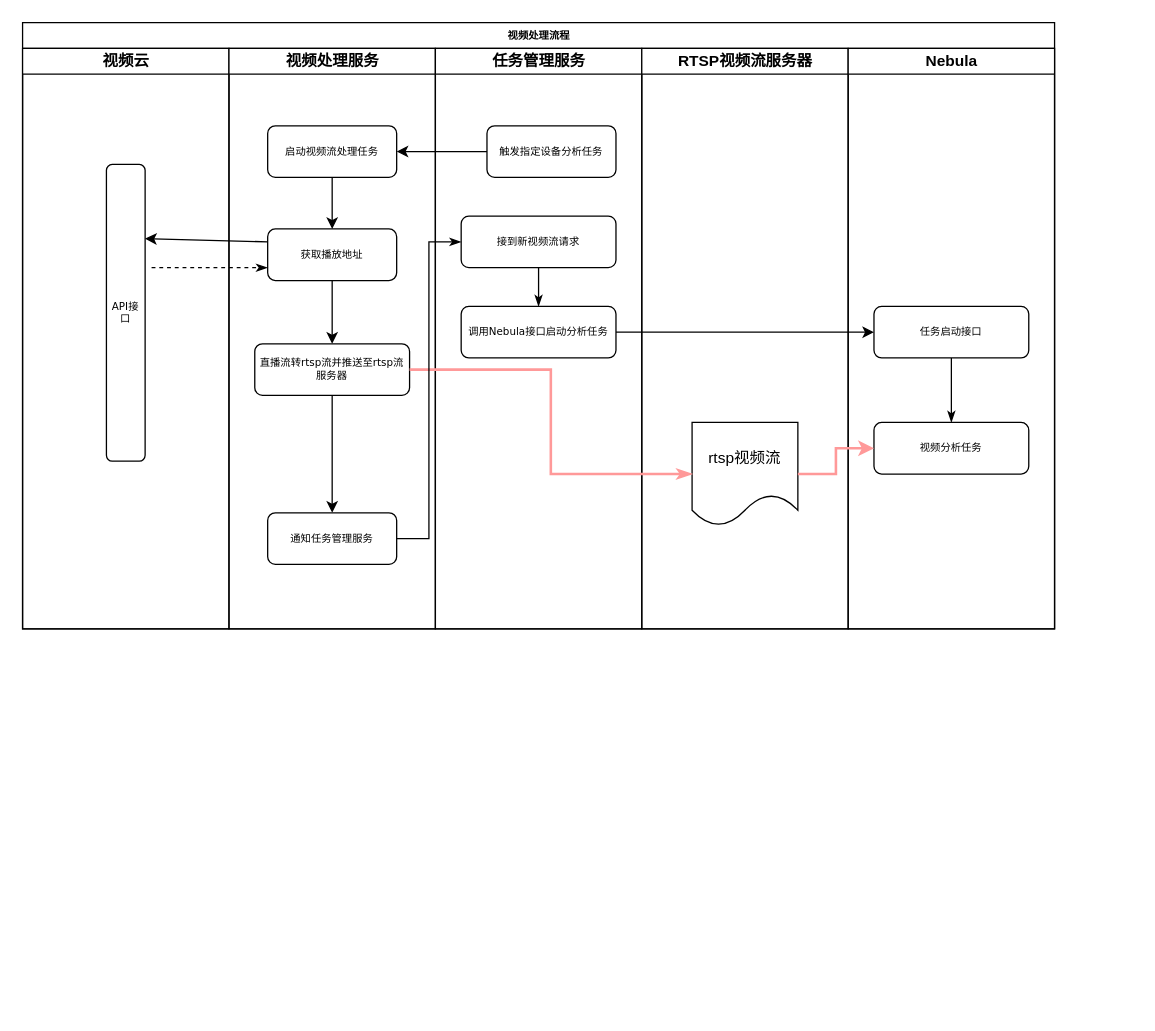
Earlier version of the draw.io diagram page "抓拍分析方案" (5 of 5) of 设备管理ER图.drawio (liushubao0109/drawio). Source tidied: cells renumbered, new cells numbered last; positions are measured from the earlier drawing's top-left corner, leaving out a move shared by most shapes. Both pictures are drawn from the tidied source at 129%, with x=0, y=0 at pixel (22, 22).
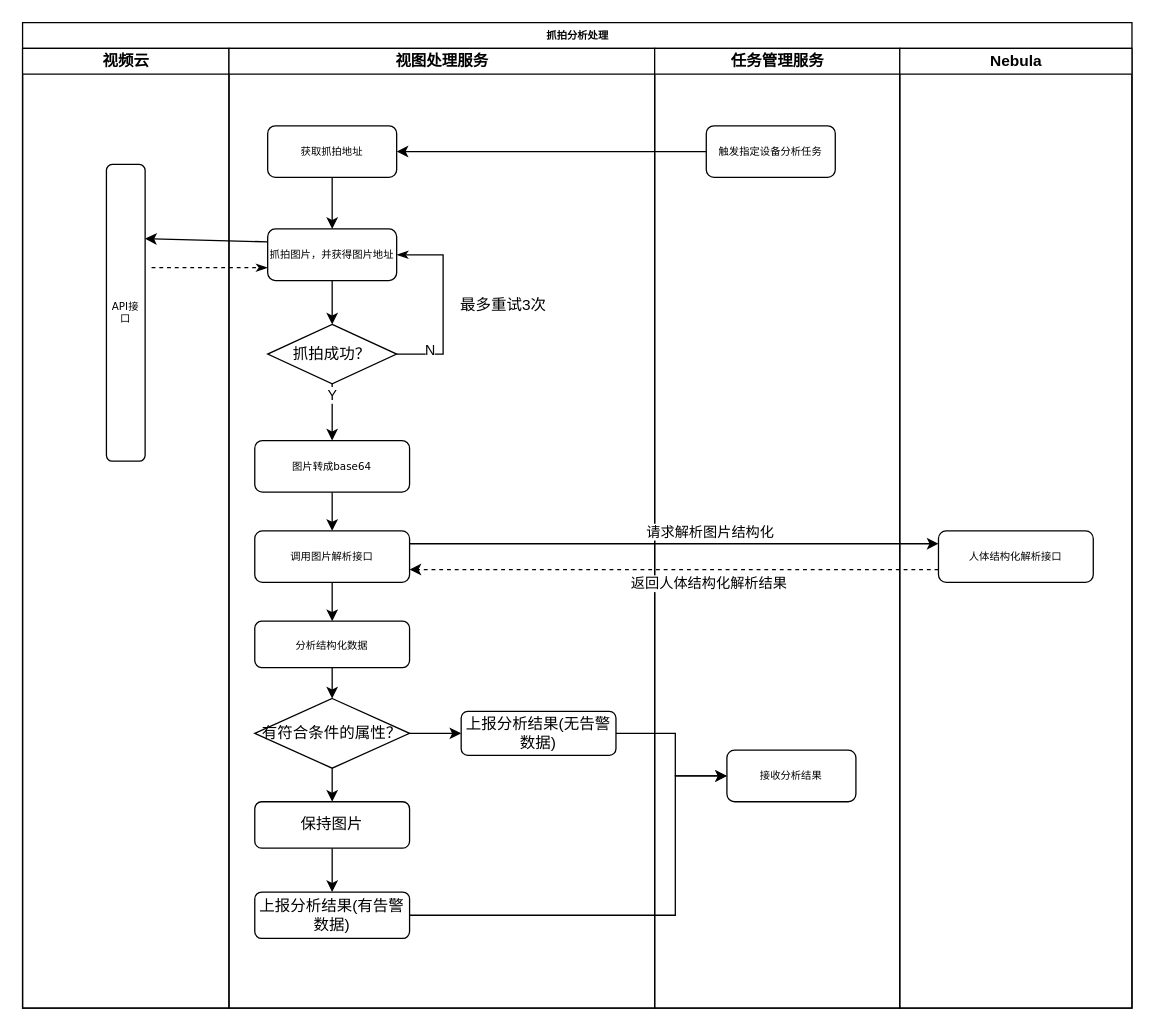
The same page after the edit.

Commit message:
Update 设备管理ER图.drawio

Diff of the diagram source:
```diff
@@
-    <mxCell id="2" value="视频处理流程" style="swimlane;html=1;startSize=20;rounded=0;shadow=0;labelBackgroundColor=none;strokeWidth=1;fontFamily=Verdana;fontSize=8;align=center;" parent="1" vertex="1">
-      <mxGeometry width="800" height="470" as="geometry" />
+    <mxCell id="2" value="抓拍分析处理" style="swimlane;html=1;startSize=20;rounded=0;shadow=0;labelBackgroundColor=none;strokeWidth=1;fontFamily=Verdana;fontSize=8;align=center;" parent="1" vertex="1">
+      <mxGeometry width="860" height="764" as="geometry" />
     </mxCell>
     <mxCell id="3" value="视频云" style="swimlane;html=1;startSize=20;" parent="2" vertex="1">
-      <mxGeometry y="20" width="160" height="450" as="geometry" />
+      <mxGeometry y="20" width="160" height="744" as="geometry" />
     </mxCell>
@@
-    <mxCell id="6" value="视频处理服务" style="swimlane;html=1;startSize=20;" parent="2" vertex="1">
-      <mxGeometry x="160" y="20" width="160" height="450" as="geometry" />
+    <mxCell id="6" value="视图处理服务" style="swimlane;html=1;startSize=20;" parent="2" vertex="1">
+      <mxGeometry x="160" y="20" width="330" height="744" as="geometry" />
     </mxCell>
@@
-    <mxCell id="8" value="启动视频流处理任务" style="rounded=1;whiteSpace=wrap;html=1;shadow=0;labelBackgroundColor=none;strokeWidth=1;fontFamily=Verdana;fontSize=8;align=center;" parent="6" vertex="1">
+    <mxCell id="8" value="获取抓拍地址" style="rounded=1;whiteSpace=wrap;html=1;shadow=0;labelBackgroundColor=none;strokeWidth=1;fontFamily=Verdana;fontSize=8;align=center;" parent="6" vertex="1">
       <mxGeometry x="30" y="60" width="100" height="40" as="geometry" />
     </mxCell>
-    <mxCell id="9" style="edgeStyle=orthogonalEdgeStyle;rounded=0;jettySize=auto;html=1;entryX=0.5;entryY=0;entryDx=0;entryDy=0;" parent="6" edge="1" source="10" target="13">
-      <mxGeometry relative="1" as="geometry" />
+    <mxCell id="9" value="Y" style="edgeStyle=orthogonalEdgeStyle;rounded=0;jettySize=auto;html=1;entryX=0.5;entryY=0;entryDx=0;entryDy=0;startArrow=none;" parent="6" edge="1" source="34" target="13">
+      <mxGeometry x="-0.6" relative="1" as="geometry" />
     </mxCell>
+    <mxCell id="32" style="edgeStyle=orthogonalEdgeStyle;rounded=0;jettySize=auto;html=1;" parent="6" edge="1" source="10" target="34">
+      <mxGeometry relative="1" as="geometry" />
+    </mxCell>
-    <mxCell id="10" value="获取播放地址" style="rounded=1;whiteSpace=wrap;html=1;shadow=0;labelBackgroundColor=none;strokeWidth=1;fontFamily=Verdana;fontSize=8;align=center;" parent="6" vertex="1">
+    <mxCell id="10" value="抓拍图片，并获得图片地址" style="rounded=1;whiteSpace=wrap;html=1;shadow=0;labelBackgroundColor=none;strokeWidth=1;fontFamily=Verdana;fontSize=8;align=center;" parent="6" vertex="1">
       <mxGeometry x="30" y="140" width="100" height="40" as="geometry" />
     </mxCell>
@@
+    <mxCell id="33" style="edgeStyle=orthogonalEdgeStyle;rounded=0;jettySize=auto;html=1;strokeColor=#000000;strokeWidth=1;" parent="6" edge="1" source="12" target="37">
+      <mxGeometry relative="1" as="geometry" />
+    </mxCell>
-    <mxCell id="12" value="通知任务管理服务" style="rounded=1;whiteSpace=wrap;html=1;shadow=0;labelBackgroundColor=none;strokeWidth=1;fontFamily=Verdana;fontSize=8;align=center;" parent="6" vertex="1">
-      <mxGeometry x="30" y="360" width="100" height="40" as="geometry" />
+    <mxCell id="12" value="调用图片解析接口" style="rounded=1;whiteSpace=wrap;html=1;shadow=0;labelBackgroundColor=none;strokeWidth=1;fontFamily=Verdana;fontSize=8;align=center;" parent="6" vertex="1">
+      <mxGeometry x="20" y="374" width="120" height="40" as="geometry" />
     </mxCell>
-    <mxCell id="13" value="直播流转rtsp流并推送至rtsp流服务器" style="rounded=1;whiteSpace=wrap;html=1;shadow=0;labelBackgroundColor=none;strokeWidth=1;fontFamily=Verdana;fontSize=8;align=center;" parent="6" vertex="1">
-      <mxGeometry x="20" y="229" width="120" height="40" as="geometry" />
+    <mxCell id="13" value="图片转成base64" style="rounded=1;whiteSpace=wrap;html=1;shadow=0;labelBackgroundColor=none;strokeWidth=1;fontFamily=Verdana;fontSize=8;align=center;" parent="6" vertex="1">
+      <mxGeometry x="20" y="304" width="120" height="40" as="geometry" />
     </mxCell>
-    <mxCell id="14" value="任务管理服务" style="swimlane;html=1;startSize=20;" parent="2" vertex="1">
-      <mxGeometry x="320" y="20" width="160" height="450" as="geometry" />
-    </mxCell>
-    <mxCell id="15" value="触发指定设备分析任务" style="rounded=1;whiteSpace=wrap;html=1;shadow=0;labelBackgroundColor=none;strokeWidth=1;fontFamily=Verdana;fontSize=8;align=center;" parent="14" vertex="1">
-      <mxGeometry x="40" y="60" width="100" height="40" as="geometry" />
-    </mxCell>
-    <mxCell id="16" style="edgeStyle=orthogonalEdgeStyle;rounded=0;jettySize=auto;html=1;endArrow=classicThin;endFill=1;strokeColor=#000000;" parent="14" edge="1" source="17" target="18">
-      <mxGeometry relative="1" as="geometry" />
-    </mxCell>
-    <mxCell id="17" value="接到新视频流请求" style="rounded=1;whiteSpace=wrap;html=1;shadow=0;labelBackgroundColor=none;strokeWidth=1;fontFamily=Verdana;fontSize=8;align=center;" parent="14" vertex="1">
-      <mxGeometry x="20" y="130" width="120" height="40" as="geometry" />
-    </mxCell>
-    <mxCell id="18" value="调用Nebula接口启动分析任务" style="rounded=1;whiteSpace=wrap;html=1;shadow=0;labelBackgroundColor=none;strokeWidth=1;fontFamily=Verdana;fontSize=8;align=center;" parent="14" vertex="1">
-      <mxGeometry x="20" y="200" width="120" height="40" as="geometry" />
-    </mxCell>
-    <mxCell id="19" value="RTSP视频流服务器" style="swimlane;html=1;startSize=20;" parent="2" vertex="1">
-      <mxGeometry x="480" y="20" width="160" height="450" as="geometry" />
-    </mxCell>
-    <mxCell id="20" value="rtsp视频流" style="shape=document;whiteSpace=wrap;html=1;boundedLbl=1;" parent="19" vertex="1">
-      <mxGeometry x="39" y="290" width="82" height="80" as="geometry" />
-    </mxCell>
+    <mxCell id="34" value="抓拍成功？" style="rhombus;whiteSpace=wrap;html=1;" parent="6" vertex="1">
+      <mxGeometry x="30" y="214" width="100" height="46" as="geometry" />
+    </mxCell>
+    <mxCell id="35" value="N" style="edgeStyle=orthogonalEdgeStyle;rounded=0;jettySize=auto;html=1;endArrow=classicThin;endFill=1;strokeColor=#000000;exitX=1;exitY=0.5;exitDx=0;exitDy=0;strokeWidth=1;entryX=1;entryY=0.5;entryDx=0;entryDy=0;" parent="6" edge="1" source="34" target="10">
+      <mxGeometry x="-0.65" y="3" relative="1" as="geometry">
+        <Array as="points">
+          <mxPoint x="166" y="237" />
+          <mxPoint x="166" y="160" />
+        </Array>
+      </mxGeometry>
+    </mxCell>
+    <mxCell id="36" style="edgeStyle=orthogonalEdgeStyle;rounded=0;jettySize=auto;html=1;strokeColor=#000000;strokeWidth=1;" parent="6" edge="1" source="37" target="41">
+      <mxGeometry relative="1" as="geometry" />
+    </mxCell>
+    <mxCell id="37" value="&lt;span style=&quot;font-family: Verdana; font-size: 8px;&quot;&gt;分析结构化数据&lt;/span&gt;" style="rounded=1;whiteSpace=wrap;html=1;" parent="6" vertex="1">
+      <mxGeometry x="20" y="444" width="120" height="36" as="geometry" />
+    </mxCell>
+    <mxCell id="38" style="edgeStyle=orthogonalEdgeStyle;rounded=0;jettySize=auto;html=1;strokeColor=#000000;strokeWidth=1;startArrow=none;" parent="6" edge="1" source="44" target="42">
+      <mxGeometry relative="1" as="geometry" />
+    </mxCell>
+    <mxCell id="39" style="edgeStyle=orthogonalEdgeStyle;rounded=0;jettySize=auto;html=1;strokeColor=#000000;strokeWidth=1;" parent="6" edge="1" source="41" target="43">
+      <mxGeometry relative="1" as="geometry" />
+    </mxCell>
+    <mxCell id="40" style="edgeStyle=orthogonalEdgeStyle;rounded=0;jettySize=auto;html=1;strokeColor=#000000;strokeWidth=1;" parent="6" edge="1" source="41" target="44">
+      <mxGeometry relative="1" as="geometry" />
+    </mxCell>
+    <mxCell id="41" value="&lt;span style=&quot;&quot;&gt;有符合条件的属性？&lt;/span&gt;" style="rhombus;whiteSpace=wrap;html=1;" parent="6" vertex="1">
+      <mxGeometry x="20" y="504" width="120" height="54" as="geometry" />
+    </mxCell>
+    <mxCell id="42" value="上报分析结果(有告警数据)" style="rounded=1;whiteSpace=wrap;html=1;" parent="6" vertex="1">
+      <mxGeometry x="20" y="654" width="120" height="36" as="geometry" />
+    </mxCell>
+    <mxCell id="43" value="上报分析结果(无告警数据)" style="rounded=1;whiteSpace=wrap;html=1;" parent="6" vertex="1">
+      <mxGeometry x="180" y="514" width="120" height="34" as="geometry" />
+    </mxCell>
+    <mxCell id="44" value="保持图片" style="rounded=1;whiteSpace=wrap;html=1;" parent="6" vertex="1">
+      <mxGeometry x="20" y="584" width="120" height="36" as="geometry" />
+    </mxCell>
+    <mxCell id="45" value="最多重试3次" style="text;html=1;strokeColor=none;fillColor=none;align=center;verticalAlign=middle;whiteSpace=wrap;rounded=0;" parent="6" vertex="1">
+      <mxGeometry x="176" y="184" width="74" height="30" as="geometry" />
+    </mxCell>
@@
-    <mxCell id="24" style="edgeStyle=orthogonalEdgeStyle;rounded=0;jettySize=auto;html=1;entryX=0;entryY=0.5;entryDx=0;entryDy=0;endArrow=classicThin;endFill=1;strokeColor=#FF9999;exitX=1;exitY=0.5;exitDx=0;exitDy=0;strokeWidth=2;" parent="2" edge="1" source="13" target="20">
-      <mxGeometry relative="1" as="geometry" />
-    </mxCell>
-    <mxCell id="25" style="edgeStyle=orthogonalEdgeStyle;rounded=0;jettySize=auto;html=1;exitX=1;exitY=0.5;exitDx=0;exitDy=0;entryX=0;entryY=0.5;entryDx=0;entryDy=0;endArrow=classicThin;endFill=1;" parent="2" edge="1" source="12" target="17">
-      <mxGeometry relative="1" as="geometry" />
-    </mxCell>
-    <mxCell id="26" style="endArrow=classic;html=1;rounded=0;strokeColor=#000000;exitX=1;exitY=0.5;exitDx=0;exitDy=0;entryX=0;entryY=0.5;entryDx=0;entryDy=0;" parent="2" edge="1" source="18" target="29">
-      <mxGeometry relative="1" as="geometry" />
-    </mxCell>
+    <mxCell id="14" value="任务管理服务" style="swimlane;html=1;startSize=20;" parent="2" vertex="1">
+      <mxGeometry x="490" y="20" width="190" height="744" as="geometry" />
+    </mxCell>
+    <mxCell id="15" value="触发指定设备分析任务" style="rounded=1;whiteSpace=wrap;html=1;shadow=0;labelBackgroundColor=none;strokeWidth=1;fontFamily=Verdana;fontSize=8;align=center;" parent="14" vertex="1">
+      <mxGeometry x="40" y="60" width="100" height="40" as="geometry" />
+    </mxCell>
+    <mxCell id="46" value="接收分析结果" style="rounded=1;whiteSpace=wrap;html=1;shadow=0;labelBackgroundColor=none;strokeWidth=1;fontFamily=Verdana;fontSize=8;align=center;" parent="14" vertex="1">
+      <mxGeometry x="56" y="544" width="100" height="40" as="geometry" />
+    </mxCell>
     <mxCell id="27" value="Nebula" style="swimlane;html=1;startSize=20;" parent="2" vertex="1">
-      <mxGeometry x="640" y="20" width="160" height="450" as="geometry" />
+      <mxGeometry x="680" y="20" width="180" height="744" as="geometry" />
     </mxCell>
-    <mxCell id="28" style="edgeStyle=orthogonalEdgeStyle;rounded=0;jettySize=auto;html=1;endArrow=classicThin;endFill=1;strokeColor=#000000;" parent="27" edge="1" source="29" target="30">
-      <mxGeometry relative="1" as="geometry" />
-    </mxCell>
-    <mxCell id="29" value="任务启动接口" style="rounded=1;whiteSpace=wrap;html=1;shadow=0;labelBackgroundColor=none;strokeWidth=1;fontFamily=Verdana;fontSize=8;align=center;" parent="27" vertex="1">
-      <mxGeometry x="20" y="200" width="120" height="40" as="geometry" />
-    </mxCell>
-    <mxCell id="30" value="视频分析任务" style="rounded=1;whiteSpace=wrap;html=1;shadow=0;labelBackgroundColor=none;strokeWidth=1;fontFamily=Verdana;fontSize=8;align=center;" parent="27" vertex="1">
-      <mxGeometry x="20" y="290" width="120" height="40" as="geometry" />
+    <mxCell id="30" value="人体结构化解析接口" style="rounded=1;whiteSpace=wrap;html=1;shadow=0;labelBackgroundColor=none;strokeWidth=1;fontFamily=Verdana;fontSize=8;align=center;" parent="27" vertex="1">
+      <mxGeometry x="30" y="374" width="120" height="40" as="geometry" />
     </mxCell>
-    <mxCell id="31" style="edgeStyle=orthogonalEdgeStyle;rounded=0;jettySize=auto;html=1;exitX=1;exitY=0.5;exitDx=0;exitDy=0;entryX=0;entryY=0.5;entryDx=0;entryDy=0;strokeColor=#FF9999;strokeWidth=2;" parent="2" edge="1" source="20" target="30">
-      <mxGeometry relative="1" as="geometry" />
-    </mxCell>
+    <mxCell id="47" style="endArrow=classic;html=1;rounded=0;strokeColor=#000000;strokeWidth=1;exitX=1;exitY=0.25;exitDx=0;exitDy=0;entryX=0;entryY=0.25;entryDx=0;entryDy=0;" parent="2" edge="1" source="12" target="30">
+      <mxGeometry relative="1" as="geometry" />
+    </mxCell>
+    <mxCell id="48" value="请求解析图片结构化" style="edgeLabel;html=1;align=center;verticalAlign=middle;" parent="47" vertex="1">
+      <mxGeometry x="0.25" relative="1" as="geometry">
+        <mxPoint x="-24" y="-10" as="offset" />
+      </mxGeometry>
+    </mxCell>
+    <mxCell id="49" style="endArrow=classic;html=1;rounded=0;strokeColor=#000000;strokeWidth=1;exitX=0;exitY=0.75;exitDx=0;exitDy=0;entryX=1;entryY=0.75;entryDx=0;entryDy=0;dashed=1;" parent="2" edge="1" source="30" target="12">
+      <mxGeometry relative="1" as="geometry" />
+    </mxCell>
+    <mxCell id="50" value="返回人体结构化解析结果" style="edgeLabel;html=1;align=center;verticalAlign=middle;" parent="49" vertex="1">
+      <mxGeometry x="-0.15" y="1" relative="1" as="geometry">
+        <mxPoint x="-5" y="9" as="offset" />
+      </mxGeometry>
+    </mxCell>
+    <mxCell id="51" style="endArrow=classic;html=1;rounded=0;strokeColor=#000000;strokeWidth=1;exitX=1;exitY=0.5;exitDx=0;exitDy=0;entryX=0;entryY=0.5;entryDx=0;entryDy=0;" parent="2" edge="1" source="42" target="46">
+      <mxGeometry relative="1" as="geometry">
+        <Array as="points">
+          <mxPoint x="506" y="692" />
+          <mxPoint x="506" y="584" />
+        </Array>
+      </mxGeometry>
+    </mxCell>
+    <mxCell id="52" style="endArrow=classic;html=1;rounded=0;entryX=0;entryY=0.5;entryDx=0;entryDy=0;exitX=1;exitY=0.5;exitDx=0;exitDy=0;" parent="2" edge="1" source="43" target="46">
+      <mxGeometry relative="1" as="geometry">
+        <Array as="points">
+          <mxPoint x="506" y="551" />
+          <mxPoint x="506" y="584" />
+        </Array>
+      </mxGeometry>
+    </mxCell>
```
